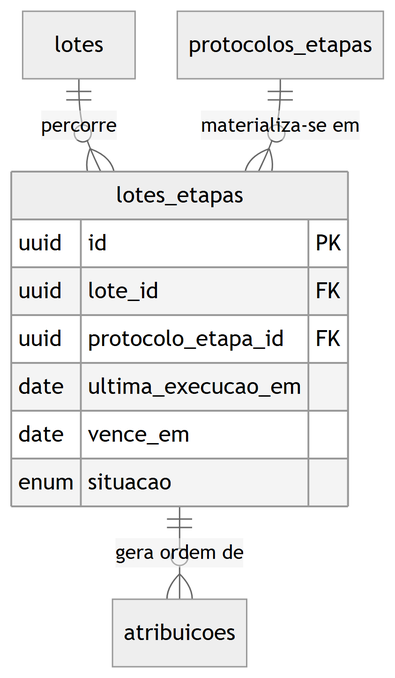
Earlier version of the Mermaid export docs/engenharia/modelo-dados-pt/img/fig16-producao-protocolo-do-lote.png (JoaoMudar/tcc). Its source is kept beside it as docs/engenharia/modelo-dados-pt/mmd/fig16-producao-protocolo-do-lote.mmd.
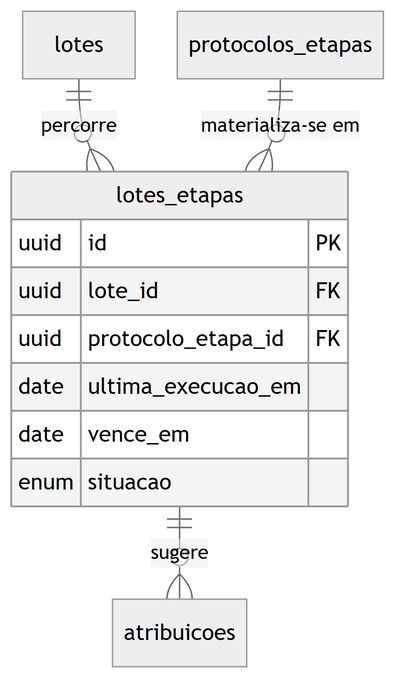
Above is the later version.

Diff of the diagram source:
```diff
@@ -13,4 +13,4 @@
 
   lotes             ||--o{ lotes_etapas : "percorre"
   protocolos_etapas ||--o{ lotes_etapas : "materializa-se em"
-  lotes_etapas      ||--o{ atribuicoes  : "gera ordem de"
+  lotes_etapas      ||--o{ atribuicoes  : "sugere"
```
